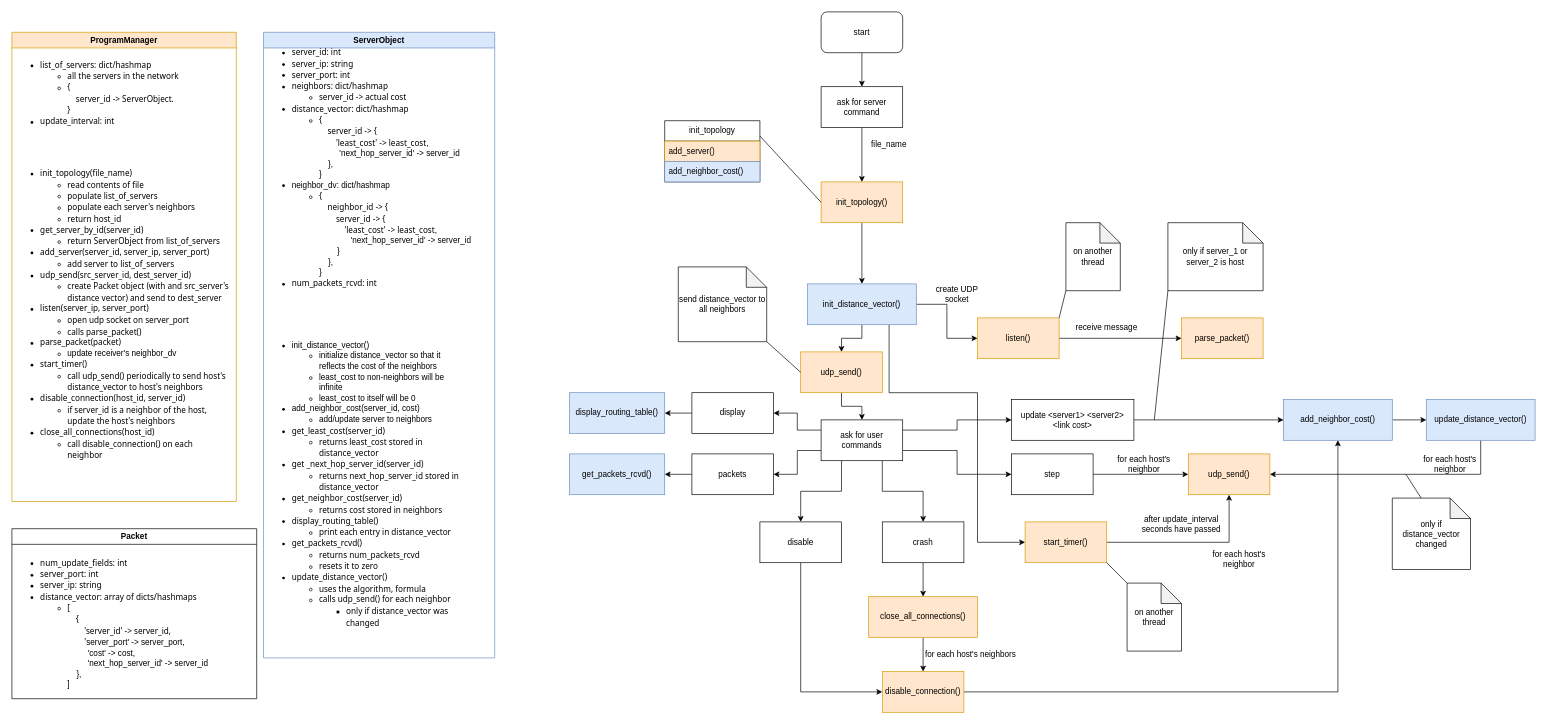
Earlier version of the draw.io diagram pa2.drawio (ntrllog/Distance-Vector-Routing). Source tidied: cells renumbered, new cells numbered last; positions are measured from the earlier drawing's top-left corner, leaving out a move shared by most shapes. Both pictures are drawn from the tidied source at 68%, with x=0, y=0 at pixel (12, 12).
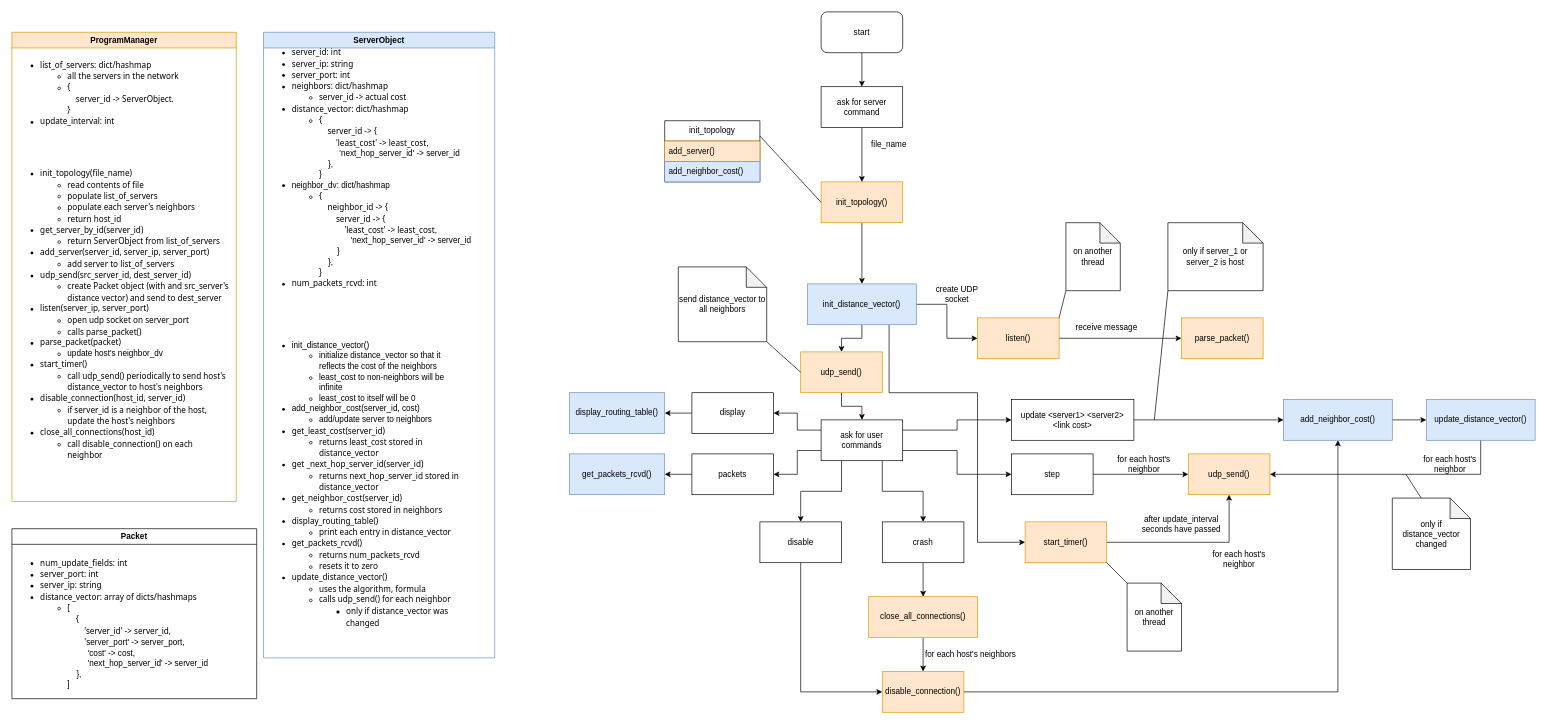
After the change.

Commit message (it also covers changes not shown here):
update diagram (parse_packet() should update neighbor_dv)

Unchanged cells that the change refers to:
```xml
<mxCell id="2" value="ProgramManager" style="swimlane;whiteSpace=wrap;html=1;fillColor=#ffe6cc;strokeColor=#d79b00;" parent="1" vertex="1">
  <mxGeometry y="30" width="330" height="690" as="geometry" />
</mxCell>
```

The edit, as a diff of the source:
```diff
@@
-    <mxCell id="4" value="&lt;p style=&quot;line-height: 130%;&quot;&gt;&lt;/p&gt;&lt;div align=&quot;left&quot;&gt;&lt;ul style=&quot;line-height: 130%;&quot;&gt;&lt;li&gt;&lt;font face=&quot;Tahoma&quot;&gt;init_topology(file_name)&lt;br&gt;&lt;/font&gt;&lt;/li&gt;&lt;ul style=&quot;line-height: 130%;&quot;&gt;&lt;li style=&quot;border-color: var(--border-color);&quot;&gt;&lt;font style=&quot;border-color: var(--border-color);&quot; face=&quot;Tahoma&quot;&gt;read contents of file&lt;/font&gt;&lt;/li&gt;&lt;li&gt;&lt;font face=&quot;Tahoma&quot;&gt;populate list_of_servers&lt;/font&gt;&lt;/li&gt;&lt;li&gt;&lt;font face=&quot;Tahoma&quot;&gt;populate each server's neighbors&lt;/font&gt;&lt;/li&gt;&lt;li&gt;&lt;font face=&quot;Tahoma&quot;&gt;return host_id&lt;/font&gt;&lt;/li&gt;&lt;/ul&gt;&lt;li&gt;&lt;font face=&quot;Tahoma&quot;&gt;get_server_by_id(server_id)&lt;/font&gt;&lt;/li&gt;&lt;ul&gt;&lt;li&gt;&lt;font face=&quot;Tahoma&quot;&gt;return ServerObject from list_of_servers&lt;/font&gt;&lt;/li&gt;&lt;/ul&gt;&lt;li&gt;&lt;font face=&quot;Tahoma&quot;&gt;add_server(server_id, server_ip, server_port)&lt;/font&gt;&lt;/li&gt;&lt;ul&gt;&lt;li&gt;&lt;font face=&quot;Tahoma&quot;&gt;add server to list_of_servers&lt;/font&gt;&lt;/li&gt;&lt;/ul&gt;&lt;li&gt;&lt;font face=&quot;Tahoma&quot;&gt;udp_send(src_server_id, dest_server_id)&lt;/font&gt;&lt;/li&gt;&lt;ul&gt;&lt;li&gt;&lt;font face=&quot;Tahoma&quot;&gt;create Packet object (with and src_server's distance vector) and send to dest_server&lt;/font&gt;&lt;/li&gt;&lt;/ul&gt;&lt;li&gt;&lt;font face=&quot;Tahoma&quot;&gt;listen(server_ip, server_port)&lt;/font&gt;&lt;/li&gt;&lt;ul&gt;&lt;li&gt;&lt;font face=&quot;Tahoma&quot;&gt;open udp socket on server_port&lt;/font&gt;&lt;/li&gt;&lt;li&gt;&lt;font face=&quot;Tahoma&quot;&gt;calls parse_packet()&lt;/font&gt;&lt;/li&gt;&lt;/ul&gt;&lt;li&gt;&lt;font face=&quot;Tahoma&quot;&gt;parse_packet(packet)&lt;/font&gt;&lt;/li&gt;&lt;ul&gt;&lt;li&gt;update receiver's neighbor_dv&lt;/li&gt;&lt;/ul&gt;&lt;li&gt;&lt;font face=&quot;Tahoma&quot;&gt;start_timer()&lt;/font&gt;&lt;/li&gt;&lt;ul&gt;&lt;li&gt;&lt;font face=&quot;Tahoma&quot;&gt;call udp_send() periodically to send host's distance_vector to host's neighbors&lt;/font&gt;&lt;/li&gt;&lt;/ul&gt;&lt;li&gt;&lt;font face=&quot;Tahoma&quot;&gt;disable_connection(host_id, server_id)&lt;/font&gt;&lt;/li&gt;&lt;ul&gt;&lt;li&gt;&lt;font face=&quot;Tahoma&quot;&gt;if server_id is a neighbor of the host, update the host's neighbors&lt;/font&gt;&lt;/li&gt;&lt;/ul&gt;&lt;li&gt;&lt;font face=&quot;Tahoma&quot;&gt;close_all_connections(host_id)&lt;/font&gt;&lt;/li&gt;&lt;ul&gt;&lt;li&gt;&lt;font face=&quot;Tahoma&quot;&gt;call disable_connection() on each neighbor&lt;/font&gt;&lt;/li&gt;&lt;/ul&gt;&lt;/ul&gt;&lt;/div&gt;&lt;p&gt;&lt;/p&gt;" style="text;html=1;strokeColor=none;fillColor=none;align=left;verticalAlign=middle;whiteSpace=wrap;rounded=0;" parent="2" vertex="1">
+    <mxCell id="4" value="&lt;p style=&quot;line-height: 130%;&quot;&gt;&lt;/p&gt;&lt;div align=&quot;left&quot;&gt;&lt;ul style=&quot;line-height: 130%;&quot;&gt;&lt;li&gt;&lt;font face=&quot;Tahoma&quot;&gt;init_topology(file_name)&lt;br&gt;&lt;/font&gt;&lt;/li&gt;&lt;ul style=&quot;line-height: 130%;&quot;&gt;&lt;li style=&quot;border-color: var(--border-color);&quot;&gt;&lt;font style=&quot;border-color: var(--border-color);&quot; face=&quot;Tahoma&quot;&gt;read contents of file&lt;/font&gt;&lt;/li&gt;&lt;li&gt;&lt;font face=&quot;Tahoma&quot;&gt;populate list_of_servers&lt;/font&gt;&lt;/li&gt;&lt;li&gt;&lt;font face=&quot;Tahoma&quot;&gt;populate each server's neighbors&lt;/font&gt;&lt;/li&gt;&lt;li&gt;&lt;font face=&quot;Tahoma&quot;&gt;return host_id&lt;/font&gt;&lt;/li&gt;&lt;/ul&gt;&lt;li&gt;&lt;font face=&quot;Tahoma&quot;&gt;get_server_by_id(server_id)&lt;/font&gt;&lt;/li&gt;&lt;ul&gt;&lt;li&gt;&lt;font face=&quot;Tahoma&quot;&gt;return ServerObject from list_of_servers&lt;/font&gt;&lt;/li&gt;&lt;/ul&gt;&lt;li&gt;&lt;font face=&quot;Tahoma&quot;&gt;add_server(server_id, server_ip, server_port)&lt;/font&gt;&lt;/li&gt;&lt;ul&gt;&lt;li&gt;&lt;font face=&quot;Tahoma&quot;&gt;add server to list_of_servers&lt;/font&gt;&lt;/li&gt;&lt;/ul&gt;&lt;li&gt;&lt;font face=&quot;Tahoma&quot;&gt;udp_send(src_server_id, dest_server_id)&lt;/font&gt;&lt;/li&gt;&lt;ul&gt;&lt;li&gt;&lt;font face=&quot;Tahoma&quot;&gt;create Packet object (with and src_server's distance vector) and send to dest_server&lt;/font&gt;&lt;/li&gt;&lt;/ul&gt;&lt;li&gt;&lt;font face=&quot;Tahoma&quot;&gt;listen(server_ip, server_port)&lt;/font&gt;&lt;/li&gt;&lt;ul&gt;&lt;li&gt;&lt;font face=&quot;Tahoma&quot;&gt;open udp socket on server_port&lt;/font&gt;&lt;/li&gt;&lt;li&gt;&lt;font face=&quot;Tahoma&quot;&gt;calls parse_packet()&lt;/font&gt;&lt;/li&gt;&lt;/ul&gt;&lt;li&gt;&lt;font face=&quot;Tahoma&quot;&gt;parse_packet(packet)&lt;/font&gt;&lt;/li&gt;&lt;ul&gt;&lt;li&gt;update host's neighbor_dv&lt;/li&gt;&lt;/ul&gt;&lt;li&gt;&lt;font face=&quot;Tahoma&quot;&gt;start_timer()&lt;/font&gt;&lt;/li&gt;&lt;ul&gt;&lt;li&gt;&lt;font face=&quot;Tahoma&quot;&gt;call udp_send() periodically to send host's distance_vector to host's neighbors&lt;/font&gt;&lt;/li&gt;&lt;/ul&gt;&lt;li&gt;&lt;font face=&quot;Tahoma&quot;&gt;disable_connection(host_id, server_id)&lt;/font&gt;&lt;/li&gt;&lt;ul&gt;&lt;li&gt;&lt;font face=&quot;Tahoma&quot;&gt;if server_id is a neighbor of the host, update the host's neighbors&lt;/font&gt;&lt;/li&gt;&lt;/ul&gt;&lt;li&gt;&lt;font face=&quot;Tahoma&quot;&gt;close_all_connections(host_id)&lt;/font&gt;&lt;/li&gt;&lt;ul&gt;&lt;li&gt;&lt;font face=&quot;Tahoma&quot;&gt;call disable_connection() on each neighbor&lt;/font&gt;&lt;/li&gt;&lt;/ul&gt;&lt;/ul&gt;&lt;/div&gt;&lt;p&gt;&lt;/p&gt;" style="text;html=1;strokeColor=none;fillColor=none;align=left;verticalAlign=middle;whiteSpace=wrap;rounded=0;" parent="2" vertex="1">
       <mxGeometry y="150" width="320" height="530" as="geometry" />
     </mxCell>
```
